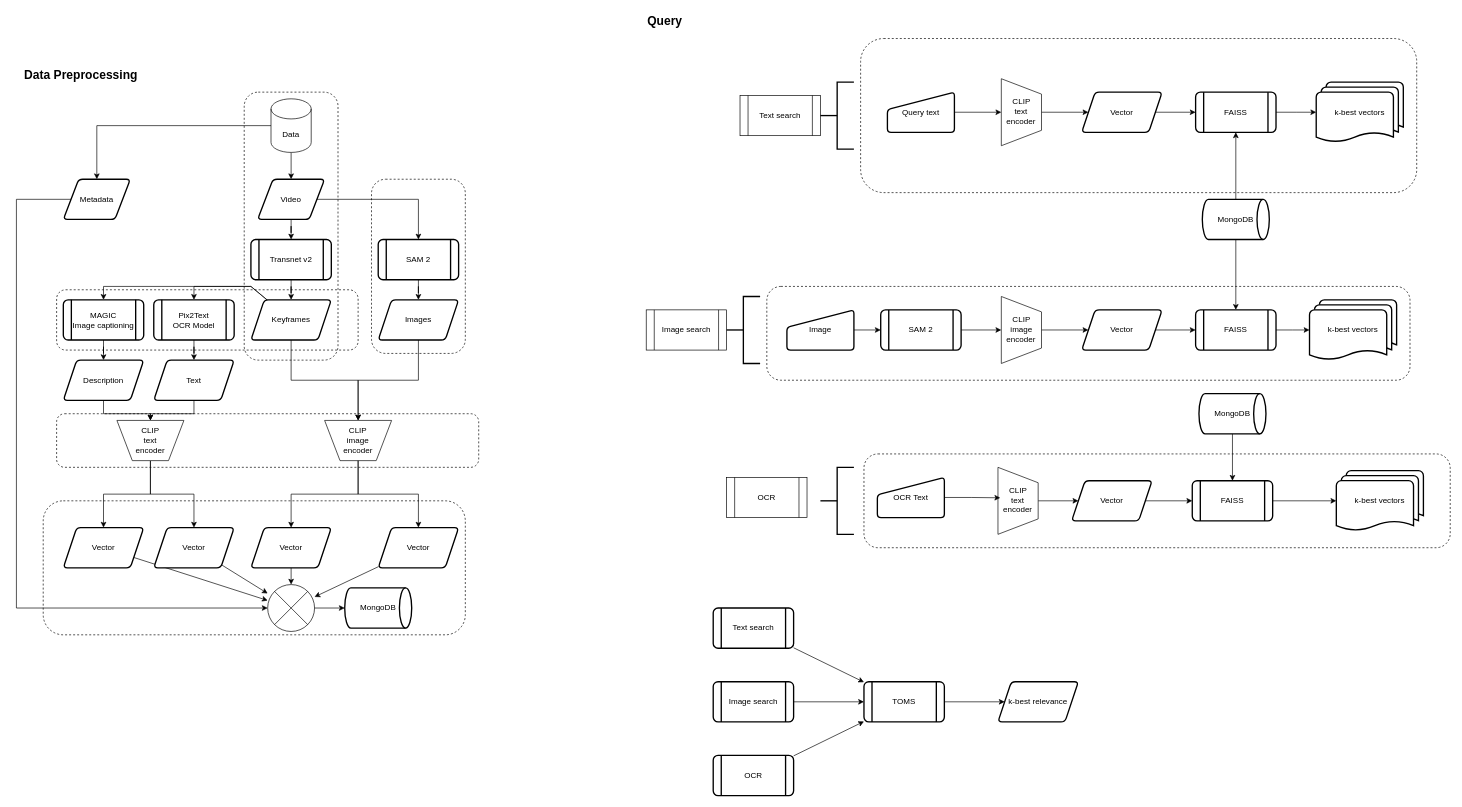
BlackJackMC/AIC2025 keeps this draw.io diagram as Untitled Diagram.drawio. Above is the earlier version. Source tidied: cells renumbered, new cells numbered last; positions are measured from the earlier drawing's top-left corner, leaving out a move shared by most shapes. Both pictures are drawn from the tidied source at 67%, with x=0, y=0 at pixel (16, 11).
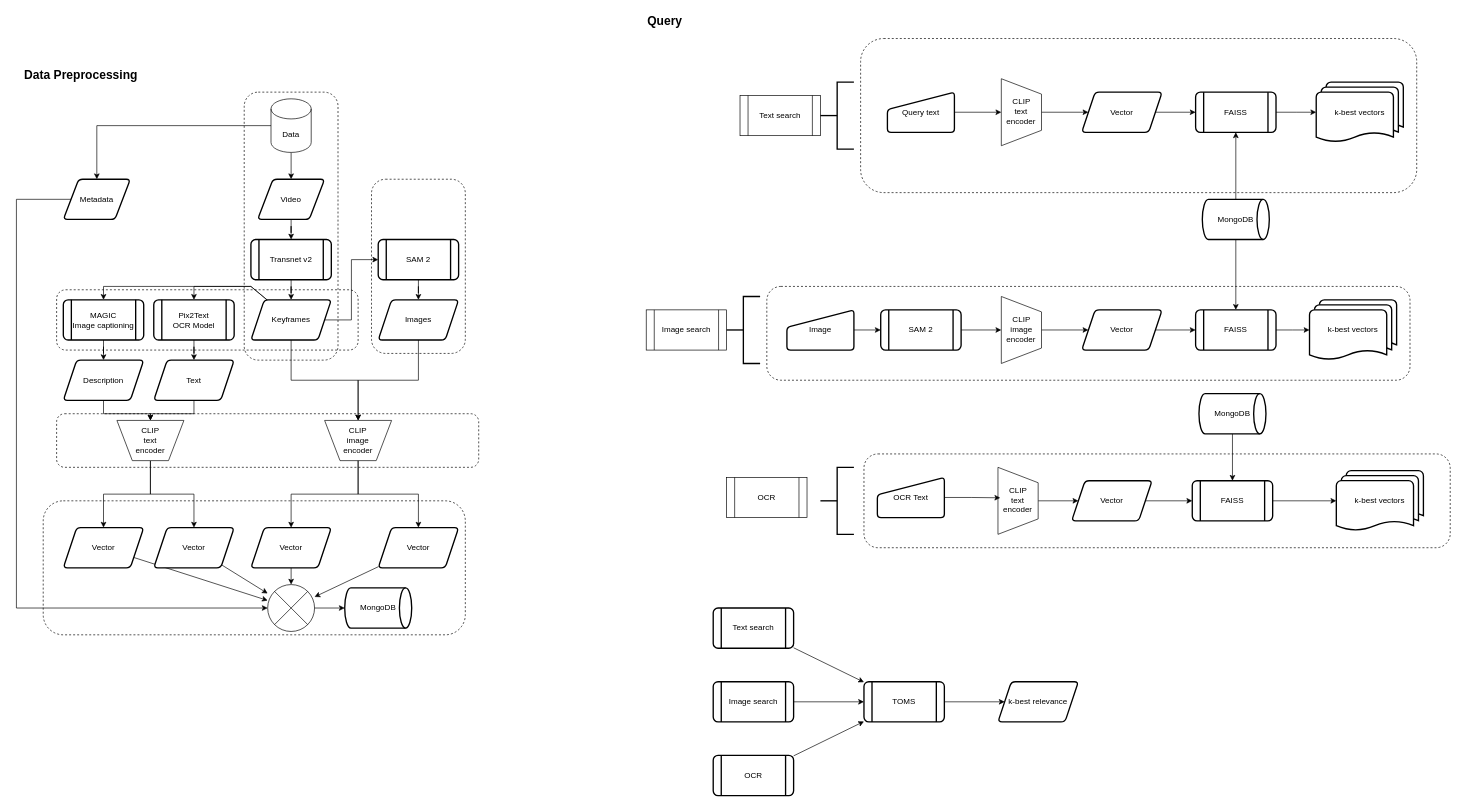
The same diagram, later.

Commit message:
feat: change SAM 2 input

Unchanged cells that the change refers to:
```xml
<mxCell id="9" value="Video" style="shape=parallelogram;html=1;strokeWidth=2;perimeter=parallelogramPerimeter;whiteSpace=wrap;rounded=1;arcSize=12;size=0.23;" parent="1" vertex="1">
  <mxGeometry x="360" y="250" width="100" height="60" as="geometry" />
</mxCell>
<mxCell id="15" value="Keyframes" style="shape=parallelogram;perimeter=parallelogramPerimeter;whiteSpace=wrap;html=1;fixedSize=1;strokeWidth=2;rounded=1;arcSize=12;" parent="1" vertex="1">
  <mxGeometry x="350" y="430" width="120" height="60" as="geometry" />
</mxCell>
<mxCell id="34" value="SAM 2" style="shape=process;whiteSpace=wrap;html=1;backgroundOutline=1;strokeWidth=2;rounded=1;arcSize=12;" parent="1" vertex="1">
  <mxGeometry x="540" y="340" width="120" height="60" as="geometry" />
</mxCell>
```

Change to the diagram source:
```diff
@@
-    <mxCell id="8" style="edgeStyle=orthogonalEdgeStyle;rounded=0;jettySize=auto;html=1;" parent="1" edge="1" source="9" target="34">
-      <mxGeometry relative="1" as="geometry" />
+    <mxCell id="8" style="edgeStyle=orthogonalEdgeStyle;rounded=0;jettySize=auto;html=1;" parent="1" edge="1" source="15" target="34">
+      <mxGeometry relative="1" as="geometry">
+        <Array as="points">
+          <mxPoint x="500" y="460" />
+          <mxPoint x="500" y="370" />
+        </Array>
+      </mxGeometry>
     </mxCell>
```
